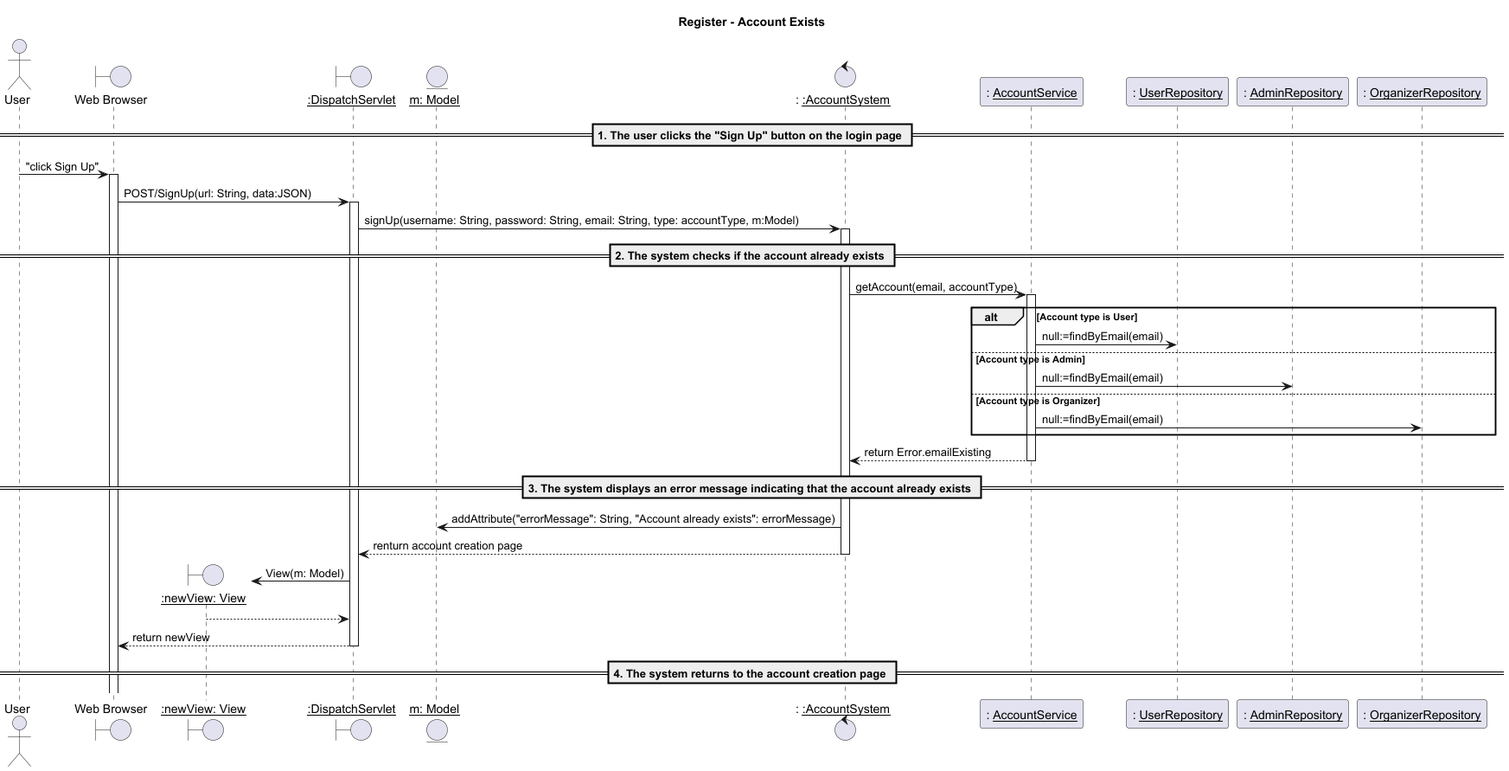
Earlier version of the PlantUML export 03-design/usecases/images/01-alternate-register-account-existed.png (mrle0429/Event-Management-System). Source of this version:
```plantuml
@startuml
title Register - Account Exists

actor "User" as us
boundary "Web Browser" as w
boundary "__:newView: View__" as view
boundary "__:DispatchServlet__" as d
entity "__m: Model__" as m
control ": __:AccountSystem__" as accountSys
participant ": __AccountService__" as accountSer
participant ": __UserRepository__" as userRepo
participant ": __AdminRepository__" as adminRepo
participant ": __OrganizerRepository__" as organizerRepo


== 1. The user clicks the "Sign Up" button on the login page ==
us -> w: "click Sign Up"
activate w
w -> d: POST/SignUp(url: String, data:JSON)
activate d
d -> accountSys: signUp(username: String, password: String, email: String, type: accountType, m:Model)
activate accountSys

== 2. The system checks if the account already exists ==
accountSys -> accountSer: getAccount(email, accountType)
activate accountSer

alt Account type is User
    accountSer -> userRepo: null:=findByEmail(email)

else Account type is Admin
    accountSer -> adminRepo: null:=findByEmail(email)

else Account type is Organizer
    accountSer -> organizerRepo: null:=findByEmail(email)
end

accountSer --> accountSys: return Error.emailExisting
deactivate accountSer

== 3. The system displays an error message indicating that the account already exists ==

    accountSys -> m: addAttribute("errorMessage": String, "Account already exists": errorMessage)

    accountSys --> d: renturn account creation page
    deactivate accountSys
    create  view
    d -> view: View(m: Model)

    view --> d:
    d --> w: return newView
    deactivate d


== 4. The system returns to the account creation page ==
@enduml
```
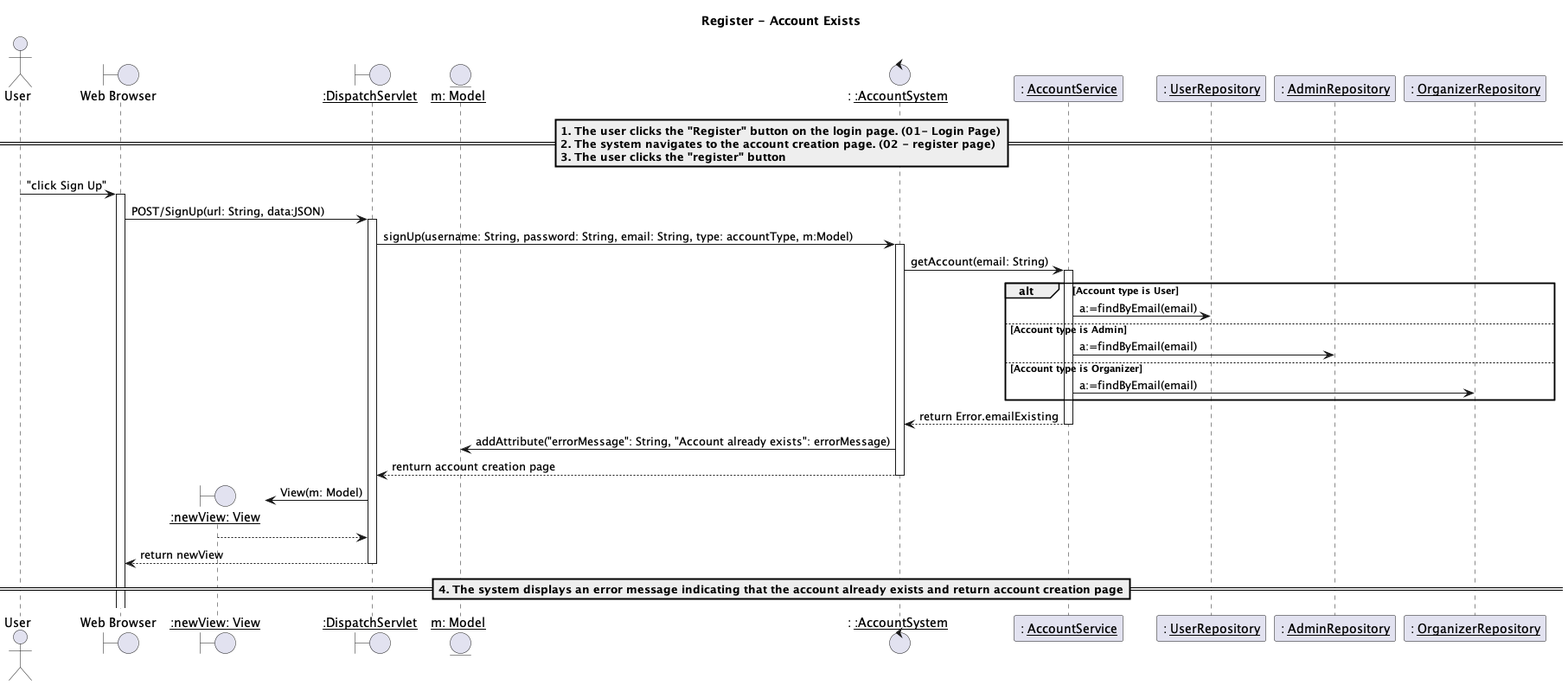
The same file after the commit.

What changed in the source:
```diff
@@ -13,7 +13,7 @@
 participant ": __OrganizerRepository__" as organizerRepo
 
 
-== 1. The user clicks the "Sign Up" button on the login page ==
+== 1. The user clicks the "Register" button on the login page. (01- Login Page)\n2. The system navigates to the account creation page. (02 - register page)\n3. The user clicks the "register" button ==
 us -> w: "click Sign Up"
 activate w
 w -> d: POST/SignUp(url: String, data:JSON)
@@ -21,24 +21,24 @@
 d -> accountSys: signUp(username: String, password: String, email: String, type: accountType, m:Model)
 activate accountSys
 
-== 2. The system checks if the account already exists ==
-accountSys -> accountSer: getAccount(email, accountType)
+
+accountSys -> accountSer: getAccount(email: String)
 activate accountSer
 
 alt Account type is User
-    accountSer -> userRepo: null:=findByEmail(email)
+    accountSer -> userRepo: a:=findByEmail(email)
 
 else Account type is Admin
-    accountSer -> adminRepo: null:=findByEmail(email)
+    accountSer -> adminRepo: a:=findByEmail(email)
 
 else Account type is Organizer
-    accountSer -> organizerRepo: null:=findByEmail(email)
+    accountSer -> organizerRepo: a:=findByEmail(email)
 end
 
 accountSer --> accountSys: return Error.emailExisting
 deactivate accountSer
 
-== 3. The system displays an error message indicating that the account already exists ==
+
 
     accountSys -> m: addAttribute("errorMessage": String, "Account already exists": errorMessage)
 
@@ -51,6 +51,6 @@
     d --> w: return newView
     deactivate d
 
+== 4. The system displays an error message indicating that the account already exists and return account creation page==
 
-== 4. The system returns to the account creation page ==
 @enduml
```
